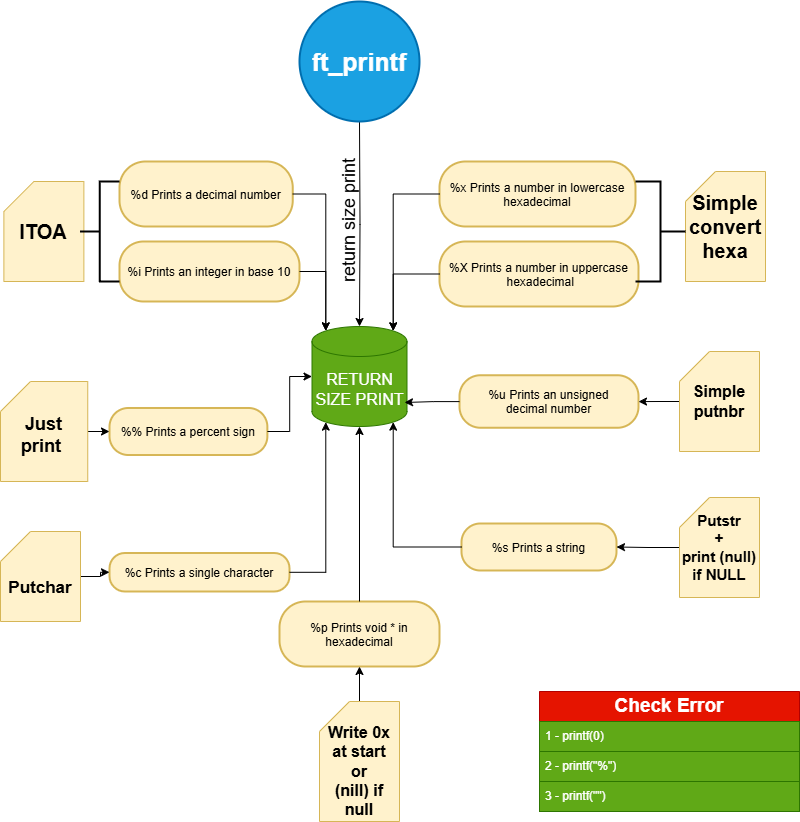
Before: diag_printf.drawio.png, a diagram exported from draw.io (Lyricallll/ft_printf). Source tidied: cells renumbered, new cells last; positions are measured from the earlier drawing's top-left corner, leaving out a move shared by most shapes.
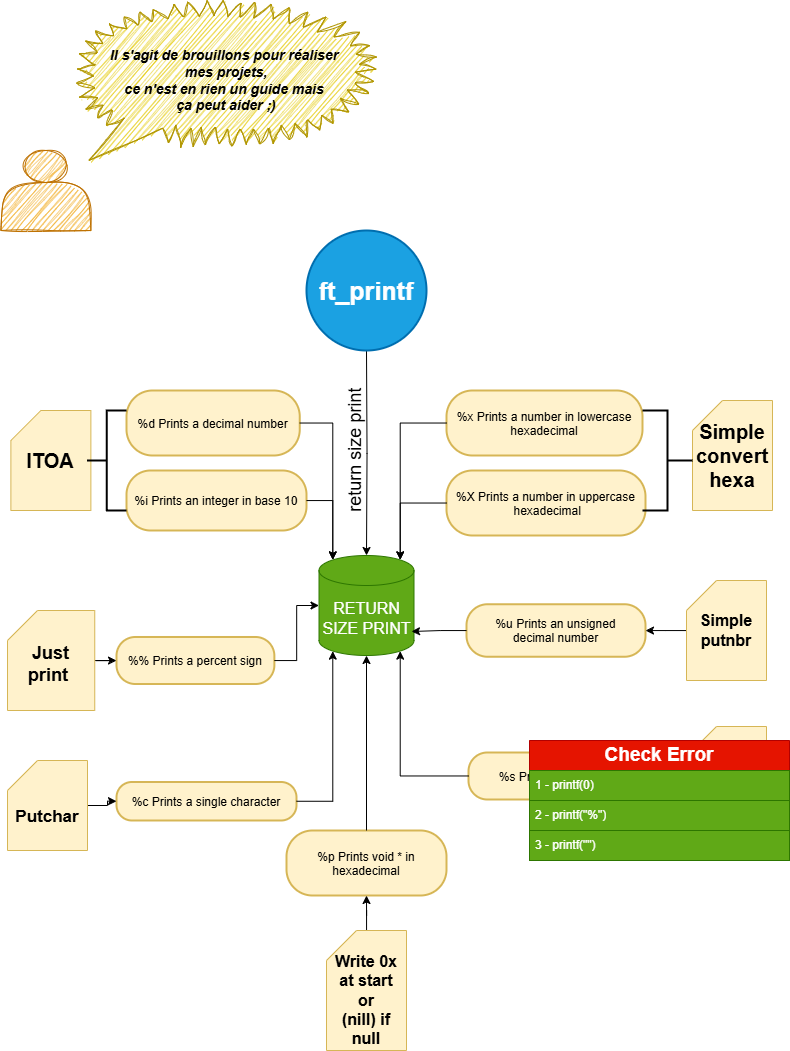
After the commit.

Commit message:
Mettre à jour diag_printf.drawio.png

The edit, as a diff of the source:
```diff
@@ -110,7 +110,7 @@
       <mxGeometry relative="1" as="geometry" />
     </mxCell>
     <mxCell id="37" value="Check Error" style="swimlane;fontStyle=1;horizontal=1;startSize=30;whiteSpace=wrap;html=1;fillColor=#e51400;strokeColor=#B20000;fontColor=#ffffff;fontSize=19;" parent="1" vertex="1">
-      <mxGeometry x="539" y="690" width="260" height="120" as="geometry" />
+      <mxGeometry x="522" y="510" width="260" height="120" as="geometry" />
     </mxCell>
     <mxCell id="38" value="1 -&amp;nbsp;&lt;span style=&quot;background-color: initial;&quot;&gt;printf(0)&lt;/span&gt;" style="text;strokeColor=#2D7600;fillColor=#60a917;align=left;verticalAlign=middle;spacingLeft=4;spacingRight=4;overflow=hidden;whiteSpace=wrap;html=1;fontColor=#ffffff;" parent="37" vertex="1">
       <mxGeometry y="30" width="260" height="30" as="geometry" />
@@ -121,5 +121,11 @@
     <mxCell id="40" value="&lt;span style=&quot;background-color: initial;&quot;&gt;3 - printf(&quot;&quot;)&lt;/span&gt;" style="text;strokeColor=#2D7600;fillColor=#60a917;align=left;verticalAlign=middle;spacingLeft=4;spacingRight=4;overflow=hidden;whiteSpace=wrap;html=1;fontColor=#ffffff;" parent="37" vertex="1">
       <mxGeometry y="90" width="260" height="30" as="geometry" />
     </mxCell>
+    <mxCell id="41" value="Il s'agit de brouillons pour réaliser&amp;nbsp;&lt;div&gt;mes projets,&lt;/div&gt;&lt;div&gt;ce n'est en rien un guide mais&amp;nbsp;&lt;/div&gt;&lt;div&gt;ça peut&amp;nbsp;&lt;span style=&quot;background-color: initial;&quot;&gt;aider ;)&lt;/span&gt;&lt;/div&gt;" style="whiteSpace=wrap;html=1;shape=mxgraph.basic.loud_callout;fontStyle=3;fillStyle=auto;sketch=1;curveFitting=1;jiggle=2;fillColor=#e3c800;fontColor=#000000;strokeColor=#B09500;fontSize=14;" parent="1" vertex="1">
+      <mxGeometry x="69" y="-230" width="300" height="160" as="geometry" />
+    </mxCell>
+    <mxCell id="42" style="shape=actor;whiteSpace=wrap;html=1;fillColor=#f0a30a;fontColor=#000000;strokeColor=#BD7000;sketch=1;curveFitting=1;jiggle=2;" parent="1" vertex="1">
+      <mxGeometry x="-6.6" y="-80" width="90" height="80" as="geometry" />
+    </mxCell>
   </root>
 </mxGraphModel>
```
